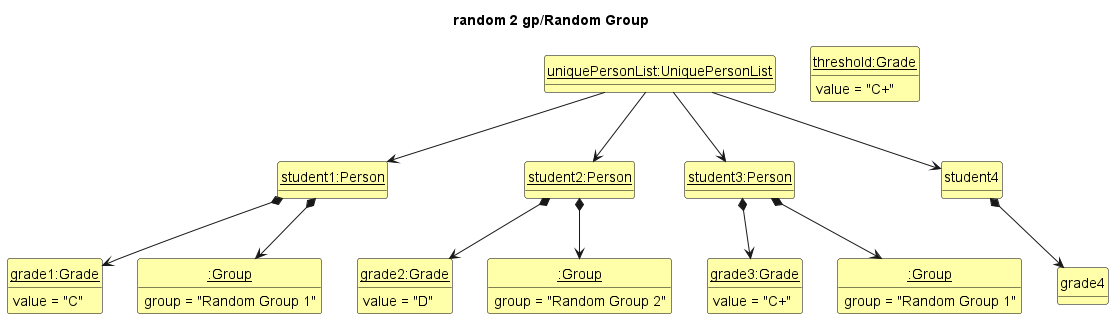
Earlier version of the PlantUML export docs/images/RandomState2.png (willowisp01/tp). Source of this version:
```plantuml
@startuml

hide circle
hide methods
skinparam ClassFontColor #000000
skinparam ClassBorderColor #000000
skinparam ClassBackgroundColor #FFFFAA

title random 2 gp/Random Group

class uniquePersonList as "<u>uniquePersonList:UniquePersonList</u>"
class student1 as "<u>student1:Person</u>"
class student2 as "<u>student2:Person</u>"
class student3 as "<u>student3:Person</u>"
class grade1  as "<u>grade1:Grade</u>" {
    value = "C"
}
class grade2 as "<u>grade2:Grade</u>"{
    value = "D"
}
class grade3 as "<u>grade3:Grade</u>"{
    value = "C+"
}
class Grade as "<u>threshold:Grade</u>"{
    value = "C+"
}
class group1 as "<u>:Group</u>"{
    group = "Random Group 1"
}
class group2 as "<u>:Group</u>"{
    group = "Random Group 1"
}
class group3 as "<u>:Group</u>"{
    group = "Random Group 2"
}

student1 -[hidden]right-> student2
student2 -[hidden]right-> student3

uniquePersonList -down-> student1
uniquePersonList -down-> student2
uniquePersonList -down-> student3
uniquePersonList -down-> student4

student1 *-down-> grade1
student2 *-down-> grade2
student3 *-down-> grade3
student4 *-down-> grade4

student1 *-down-> group1
student2 *-down-> group3
student3 *-down-> group2

@enduml
```
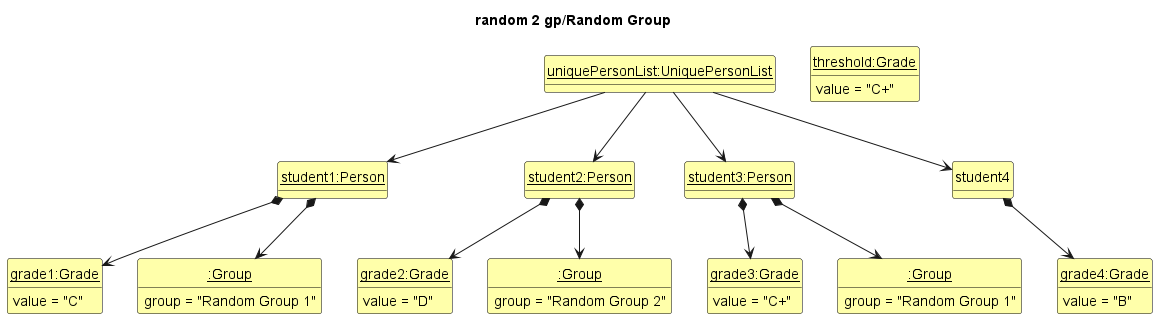
Above is the later version.

The edit, as a diff of the source:
```diff
@@ -21,6 +21,9 @@
 class grade3 as "<u>grade3:Grade</u>"{
     value = "C+"
 }
+class grade4 as "<u>grade4:Grade</u>"{
+    value = "B"
+}
 class Grade as "<u>threshold:Grade</u>"{
     value = "C+"
 }
@@ -33,6 +36,7 @@
 class group3 as "<u>:Group</u>"{
     group = "Random Group 2"
 }
+
 
 student1 -[hidden]right-> student2
 student2 -[hidden]right-> student3
```
